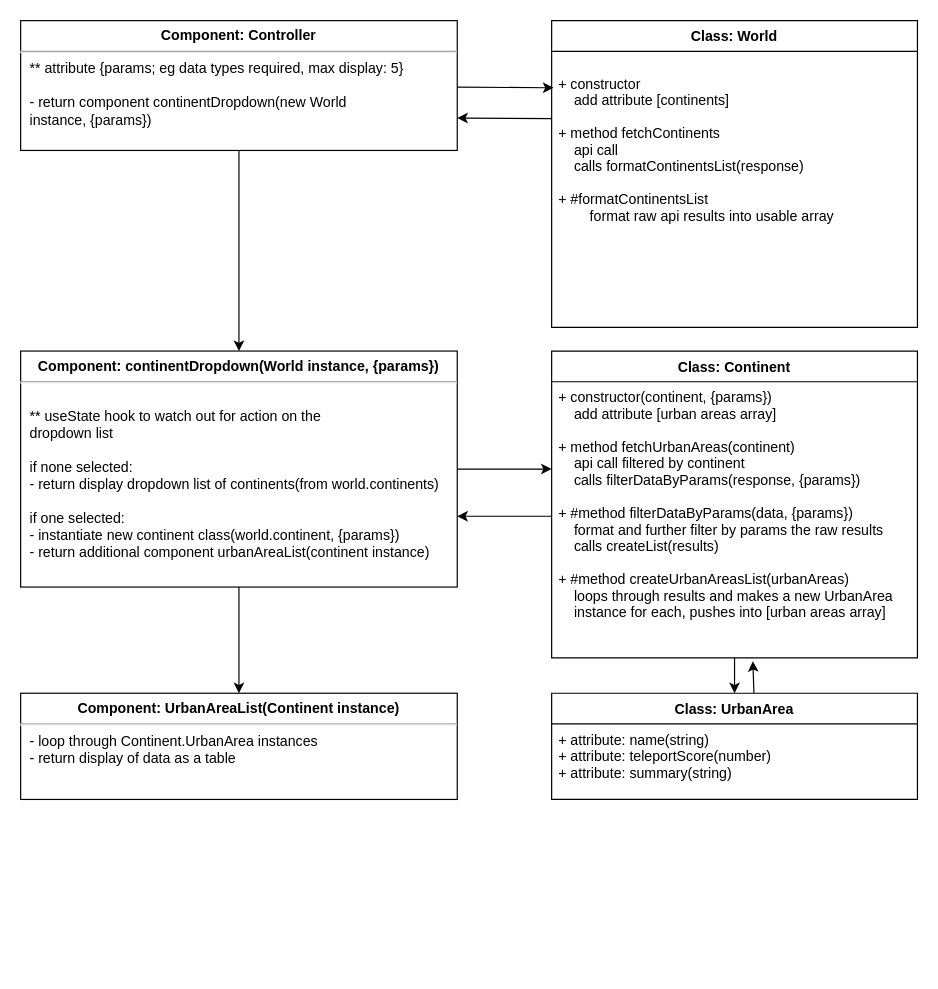
The draw.io diagram AppDesign.drawio in robin277t/teleport-ranking, before the edit. Source tidied: cells renumbered, new cells numbered last; positions are measured from the earlier drawing's top-left corner, leaving out a move shared by most shapes. Both pictures are drawn from the tidied source at 118%, with x=0, y=0 at pixel (20, 20).
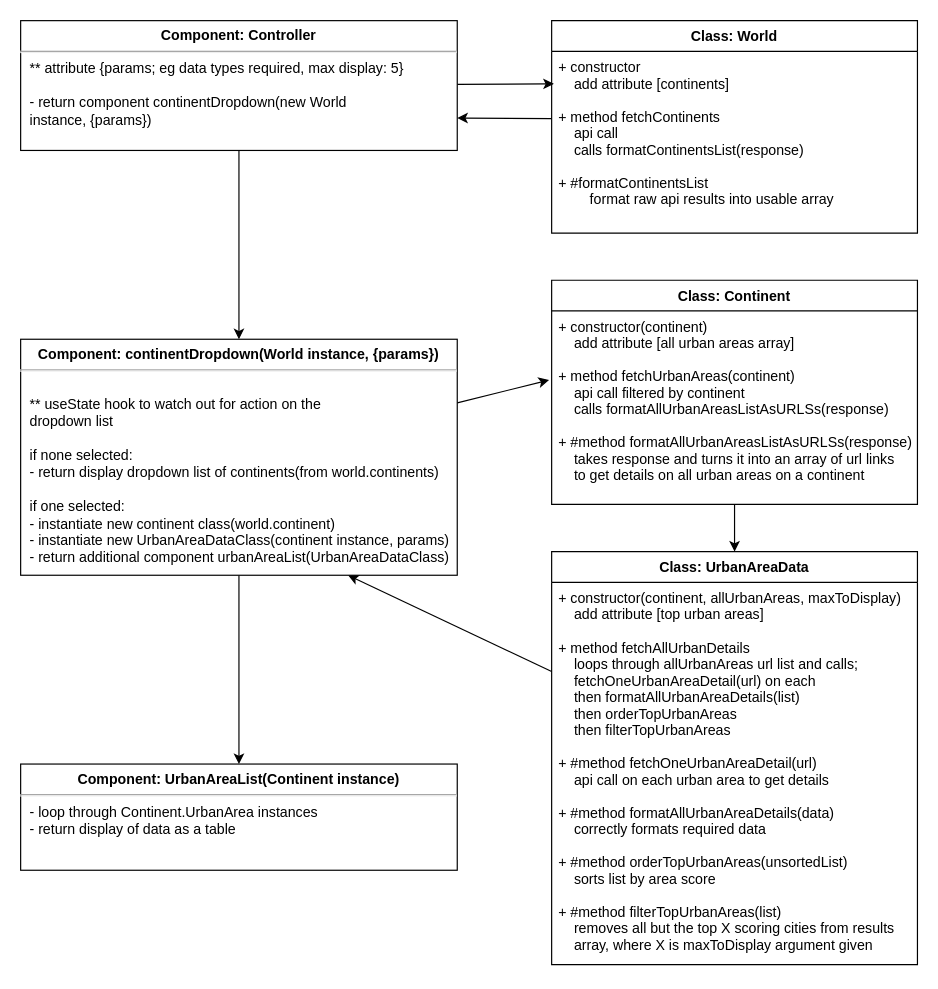
The same page after the edit.

The change refers to these unchanged cells:
```xml
<mxCell id="4" value="&lt;p style=&quot;margin:0px;margin-top:6px;text-align:center;&quot;&gt;&lt;b&gt;Component: Controller&lt;/b&gt;&lt;/p&gt;&lt;hr&gt;&lt;p style=&quot;margin:0px;margin-left:8px;&quot;&gt;** attribute {params; eg data types required, max display: 5}&lt;/p&gt;&lt;p style=&quot;margin:0px;margin-left:8px;&quot;&gt;&lt;br&gt;&lt;/p&gt;&lt;p style=&quot;margin:0px;margin-left:8px;&quot;&gt;&lt;span style=&quot;background-color: initial;&quot;&gt;- return component continentDropdown(new World&amp;nbsp;&lt;/span&gt;&lt;/p&gt;&lt;p style=&quot;margin:0px;margin-left:8px;&quot;&gt;&lt;span style=&quot;background-color: initial;&quot;&gt;instance, {params})&amp;nbsp;&lt;/span&gt;&lt;br&gt;&lt;/p&gt;" style="align=left;overflow=fill;html=1;" parent="1" vertex="1">
  <mxGeometry width="370" height="110" as="geometry" />
</mxCell>
```

Change to the diagram source:
```diff
@@
-    <mxCell id="3" style="edgeStyle=none;html=1;entryX=0.005;entryY=0.132;entryDx=0;entryDy=0;entryPerimeter=0;" parent="1" edge="1" source="4" target="14">
+    <mxCell id="3" style="edgeStyle=none;html=1;entryX=0.006;entryY=0.179;entryDx=0;entryDy=0;entryPerimeter=0;" parent="1" edge="1" source="4" target="14">
       <mxGeometry relative="1" as="geometry" />
     </mxCell>
@@
+    <mxCell id="19" style="edgeStyle=none;html=1;" parent="1" edge="1" source="5" target="8">
+      <mxGeometry relative="1" as="geometry" />
+    </mxCell>
     <mxCell id="5" value="Class: Continent" style="swimlane;fontStyle=1;align=center;verticalAlign=top;horizontal=1;startSize=26;" parent="1" vertex="1">
-      <mxGeometry x="450" y="280" width="310" height="260" as="geometry" />
+      <mxGeometry x="450" y="220" width="310" height="190" as="geometry" />
     </mxCell>
-    <mxCell id="6" value="+ constructor(continent, {params})&#10;    add attribute [urban areas array]&#10;&#10;+ method fetchUrbanAreas(continent)&#10;    api call filtered by continent&#10;    calls filterDataByParams(response, {params})&#10;&#10;+ #method filterDataByParams(data, {params})&#10;    format and further filter by params the raw results&#10;    calls createList(results)&#10;&#10;+ #method createUrbanAreasList(urbanAreas)&#10;    loops through results and makes a new UrbanArea&#10;    instance for each, pushes into [urban areas array]" style="text;strokeColor=none;fillColor=none;align=left;verticalAlign=top;spacingLeft=4;spacingRight=4;overflow=hidden;points=[[0,0.5],[1,0.5]];portConstraint=eastwest;" parent="5" vertex="1">
-      <mxGeometry y="26" width="310" height="234" as="geometry" />
+    <mxCell id="6" value="+ constructor(continent)&#10;    add attribute [all urban areas array]&#10;&#10;+ method fetchUrbanAreas(continent)&#10;    api call filtered by continent&#10;    calls formatAllUrbanAreasListAsURLSs(response)&#10;&#10;+ #method formatAllUrbanAreasListAsURLSs(response)&#10;    takes response and turns it into an array of url links&#10;    to get details on all urban areas on a continent&#10;" style="text;strokeColor=none;fillColor=none;align=left;verticalAlign=top;spacingLeft=4;spacingRight=4;overflow=hidden;points=[[0,0.5],[1,0.5]];portConstraint=eastwest;" parent="5" vertex="1">
+      <mxGeometry y="26" width="310" height="164" as="geometry" />
     </mxCell>
-    <mxCell id="7" style="edgeStyle=none;html=1;entryX=0.55;entryY=1.012;entryDx=0;entryDy=0;entryPerimeter=0;exitX=0.553;exitY=-0.001;exitDx=0;exitDy=0;exitPerimeter=0;" parent="1" edge="1" source="8" target="6">
-      <mxGeometry relative="1" as="geometry" />
-    </mxCell>
+    <mxCell id="20" style="edgeStyle=none;html=1;entryX=0.75;entryY=1;entryDx=0;entryDy=0;" parent="1" edge="1" source="8" target="12">
+      <mxGeometry relative="1" as="geometry" />
+    </mxCell>
-    <mxCell id="8" value="Class: UrbanArea" style="swimlane;fontStyle=1;align=center;verticalAlign=top;horizontal=1;startSize=26;" parent="1" vertex="1">
-      <mxGeometry x="450" y="570" width="310" height="90" as="geometry" />
+    <mxCell id="8" value="Class: UrbanAreaData" style="swimlane;fontStyle=1;align=center;verticalAlign=top;horizontal=1;startSize=26;" parent="1" vertex="1">
+      <mxGeometry x="450" y="450" width="310" height="350" as="geometry" />
     </mxCell>
-    <mxCell id="9" value="+ attribute: name(string)&#10;+ attribute: teleportScore(number)&#10;+ attribute: summary(string)&#10;" style="text;strokeColor=none;fillColor=none;align=left;verticalAlign=top;spacingLeft=4;spacingRight=4;overflow=hidden;" parent="8" vertex="1">
-      <mxGeometry y="26" width="310" height="64" as="geometry" />
+    <mxCell id="9" value="+ constructor(continent, allUrbanAreas, maxToDisplay)&#10;    add attribute [top urban areas]&#10;&#10;+ method fetchAllUrbanDetails&#10;    loops through allUrbanAreas url list and calls; &#10;    fetchOneUrbanAreaDetail(url) on each&#10;    then formatAllUrbanAreaDetails(list)&#10;    then orderTopUrbanAreas&#10;    then filterTopUrbanAreas&#10;&#10;+ #method fetchOneUrbanAreaDetail(url)&#10;    api call on each urban area to get details&#10;&#10;+ #method formatAllUrbanAreaDetails(data)&#10;    correctly formats required data&#10;&#10;+ #method orderTopUrbanAreas(unsortedList)&#10;    sorts list by area score&#10;&#10;+ #method filterTopUrbanAreas(list)&#10;    removes all but the top X scoring cities from results&#10;    array, where X is maxToDisplay argument given" style="text;strokeColor=none;fillColor=none;align=left;verticalAlign=top;spacingLeft=4;spacingRight=4;overflow=hidden;" parent="8" vertex="1">
+      <mxGeometry y="26" width="310" height="324" as="geometry" />
     </mxCell>
-    <mxCell id="10" style="edgeStyle=none;html=1;" parent="1" edge="1" source="12">
-      <mxGeometry relative="1" as="geometry">
-        <mxPoint x="450" y="380" as="targetPoint" />
-      </mxGeometry>
-    </mxCell>
@@
+    <mxCell id="21" style="edgeStyle=none;html=1;entryX=-0.007;entryY=0.357;entryDx=0;entryDy=0;entryPerimeter=0;" parent="1" edge="1" source="12" target="6">
+      <mxGeometry relative="1" as="geometry" />
+    </mxCell>
-    <mxCell id="12" value="&lt;p style=&quot;margin:0px;margin-top:6px;text-align:center;&quot;&gt;&lt;b&gt;Component: continentDropdown(World instance, {params})&lt;/b&gt;&lt;/p&gt;&lt;hr&gt;&lt;p style=&quot;margin:0px;margin-left:8px;&quot;&gt;&lt;br&gt;&lt;/p&gt;&lt;p style=&quot;margin:0px;margin-left:8px;&quot;&gt;&lt;span style=&quot;background-color: initial;&quot;&gt;** useState hook to watch out for action on the&lt;/span&gt;&lt;/p&gt;&lt;p style=&quot;margin:0px;margin-left:8px;&quot;&gt;&lt;span style=&quot;background-color: initial;&quot;&gt;dropdown list&lt;/span&gt;&lt;/p&gt;&lt;p style=&quot;margin:0px;margin-left:8px;&quot;&gt;&lt;span style=&quot;background-color: initial;&quot;&gt;&lt;br&gt;&lt;/span&gt;&lt;/p&gt;&lt;p style=&quot;margin:0px;margin-left:8px;&quot;&gt;&lt;span style=&quot;background-color: initial;&quot;&gt;if none selected:&lt;/span&gt;&lt;/p&gt;&lt;p style=&quot;margin:0px;margin-left:8px;&quot;&gt;&lt;span style=&quot;background-color: initial;&quot;&gt;- return&amp;nbsp;&lt;/span&gt;&lt;span style=&quot;background-color: initial; border-color: var(--border-color);&quot;&gt;display dropdown list of continents(from world.continents)&lt;/span&gt;&lt;/p&gt;&lt;div&gt;&lt;span style=&quot;background-color: initial; border-color: var(--border-color);&quot;&gt;&lt;br&gt;&lt;/span&gt;&lt;/div&gt;&lt;p style=&quot;margin:0px;margin-left:8px;&quot;&gt;&lt;span style=&quot;background-color: initial;&quot;&gt;if one selected:&lt;/span&gt;&lt;/p&gt;&lt;p style=&quot;margin:0px;margin-left:8px;&quot;&gt;&lt;span style=&quot;background-color: initial;&quot;&gt;- instantiate new continent class(world.continent, {params})&lt;/span&gt;&lt;/p&gt;&lt;p style=&quot;margin:0px;margin-left:8px;&quot;&gt;&lt;span style=&quot;background-color: initial;&quot;&gt;- return additional component urbanAreaList(continent instance)&lt;/span&gt;&lt;br&gt;&lt;/p&gt;" style="align=left;overflow=fill;html=1;" parent="1" vertex="1">
-      <mxGeometry y="280" width="370" height="200" as="geometry" />
+    <mxCell id="12" value="&lt;p style=&quot;margin:0px;margin-top:6px;text-align:center;&quot;&gt;&lt;b&gt;Component: continentDropdown(World instance, {params})&lt;/b&gt;&lt;/p&gt;&lt;hr&gt;&lt;p style=&quot;margin:0px;margin-left:8px;&quot;&gt;&lt;br&gt;&lt;/p&gt;&lt;p style=&quot;margin:0px;margin-left:8px;&quot;&gt;&lt;span style=&quot;background-color: initial;&quot;&gt;** useState hook to watch out for action on the&lt;/span&gt;&lt;/p&gt;&lt;p style=&quot;margin:0px;margin-left:8px;&quot;&gt;&lt;span style=&quot;background-color: initial;&quot;&gt;dropdown list&lt;/span&gt;&lt;/p&gt;&lt;p style=&quot;margin:0px;margin-left:8px;&quot;&gt;&lt;span style=&quot;background-color: initial;&quot;&gt;&lt;br&gt;&lt;/span&gt;&lt;/p&gt;&lt;p style=&quot;margin:0px;margin-left:8px;&quot;&gt;&lt;span style=&quot;background-color: initial;&quot;&gt;if none selected:&lt;/span&gt;&lt;/p&gt;&lt;p style=&quot;margin:0px;margin-left:8px;&quot;&gt;&lt;span style=&quot;background-color: initial;&quot;&gt;- return&amp;nbsp;&lt;/span&gt;&lt;span style=&quot;background-color: initial; border-color: var(--border-color);&quot;&gt;display dropdown list of continents(from world.continents)&lt;/span&gt;&lt;/p&gt;&lt;div&gt;&lt;span style=&quot;background-color: initial; border-color: var(--border-color);&quot;&gt;&lt;br&gt;&lt;/span&gt;&lt;/div&gt;&lt;p style=&quot;margin:0px;margin-left:8px;&quot;&gt;&lt;span style=&quot;background-color: initial;&quot;&gt;if one selected:&lt;/span&gt;&lt;/p&gt;&lt;p style=&quot;margin:0px;margin-left:8px;&quot;&gt;&lt;span style=&quot;background-color: initial;&quot;&gt;- instantiate new continent class(world.continent)&lt;/span&gt;&lt;/p&gt;&lt;p style=&quot;margin:0px;margin-left:8px;&quot;&gt;&lt;span style=&quot;background-color: initial;&quot;&gt;- instantiate new UrbanAreaDataClass(continent instance, params)&lt;/span&gt;&lt;/p&gt;&lt;p style=&quot;margin:0px;margin-left:8px;&quot;&gt;&lt;span style=&quot;background-color: initial;&quot;&gt;- return additional component urbanAreaList(UrbanAreaDataClass)&lt;/span&gt;&lt;br&gt;&lt;/p&gt;" style="align=left;overflow=fill;html=1;" parent="1" vertex="1">
+      <mxGeometry y="270" width="370" height="200" as="geometry" />
     </mxCell>
     <mxCell id="13" value="Class: World" style="swimlane;fontStyle=1;align=center;verticalAlign=top;horizontal=1;startSize=26;" parent="1" vertex="1">
-      <mxGeometry x="450" width="310" height="260" as="geometry" />
+      <mxGeometry x="450" width="310" height="180" as="geometry" />
     </mxCell>
-    <mxCell id="14" value="&#10;+ constructor &#10;    add attribute [continents]&#10;&#10;+ method fetchContinents&#10;    api call&#10;    calls formatContinentsList(response)&#10;&#10;+ #formatContinentsList&#10;        format raw api results into usable array&#10;" style="text;strokeColor=none;fillColor=none;align=left;verticalAlign=top;spacingLeft=4;spacingRight=4;overflow=hidden;points=[[0,0.5],[1,0.5]];portConstraint=eastwest;" parent="13" vertex="1">
-      <mxGeometry y="26" width="310" height="234" as="geometry" />
+    <mxCell id="14" value="+ constructor &#10;    add attribute [continents]&#10;&#10;+ method fetchContinents&#10;    api call&#10;    calls formatContinentsList(response)&#10;&#10;+ #formatContinentsList&#10;        format raw api results into usable array&#10;" style="text;strokeColor=none;fillColor=none;align=left;verticalAlign=top;spacingLeft=4;spacingRight=4;overflow=hidden;points=[[0,0.5],[1,0.5]];portConstraint=eastwest;" parent="13" vertex="1">
+      <mxGeometry y="26" width="310" height="154" as="geometry" />
     </mxCell>
@@
-    <mxCell id="16" style="edgeStyle=none;html=1;entryX=0.5;entryY=0;entryDx=0;entryDy=0;" parent="1" edge="1" source="6" target="8">
-      <mxGeometry relative="1" as="geometry" />
-    </mxCell>
-    <mxCell id="17" style="edgeStyle=none;html=1;" parent="1" edge="1">
-      <mxGeometry relative="1" as="geometry">
-        <mxPoint x="450" y="420" as="sourcePoint" />
-        <mxPoint x="370" y="420" as="targetPoint" />
-      </mxGeometry>
-    </mxCell>
     <mxCell id="18" value="&lt;p style=&quot;margin:0px;margin-top:6px;text-align:center;&quot;&gt;&lt;b&gt;Component: UrbanAreaList(Continent instance)&lt;/b&gt;&lt;/p&gt;&lt;hr&gt;&lt;p style=&quot;margin:0px;margin-left:8px;&quot;&gt;- loop through Continent.UrbanArea instances&lt;/p&gt;&lt;p style=&quot;margin:0px;margin-left:8px;&quot;&gt;- return display of data as a table&lt;/p&gt;" style="align=left;overflow=fill;html=1;" parent="1" vertex="1">
-      <mxGeometry y="570" width="370" height="90" as="geometry" />
+      <mxGeometry y="630" width="370" height="90" as="geometry" />
     </mxCell>
```
